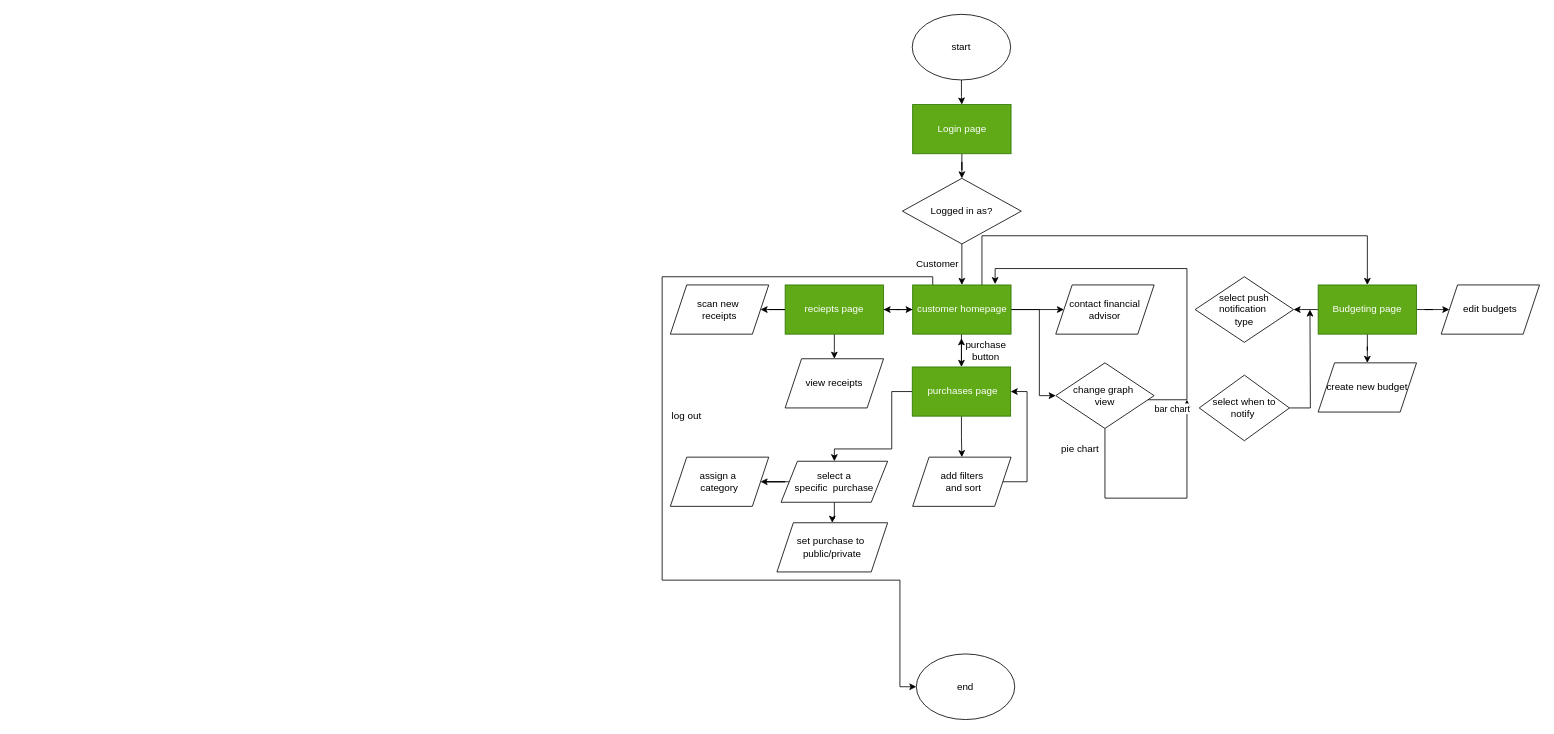
The draw.io diagram CIB_Logical_Flowchart.drawio in NeonPlatinum6251/Computing_in_business_prototype, before the edit. Source tidied: cells renumbered, new cells numbered last; positions are measured from the earlier drawing's top-left corner, leaving out a move shared by most shapes. Both pictures are drawn from the tidied source at 82%, with x=0, y=0 at pixel (662, 14).
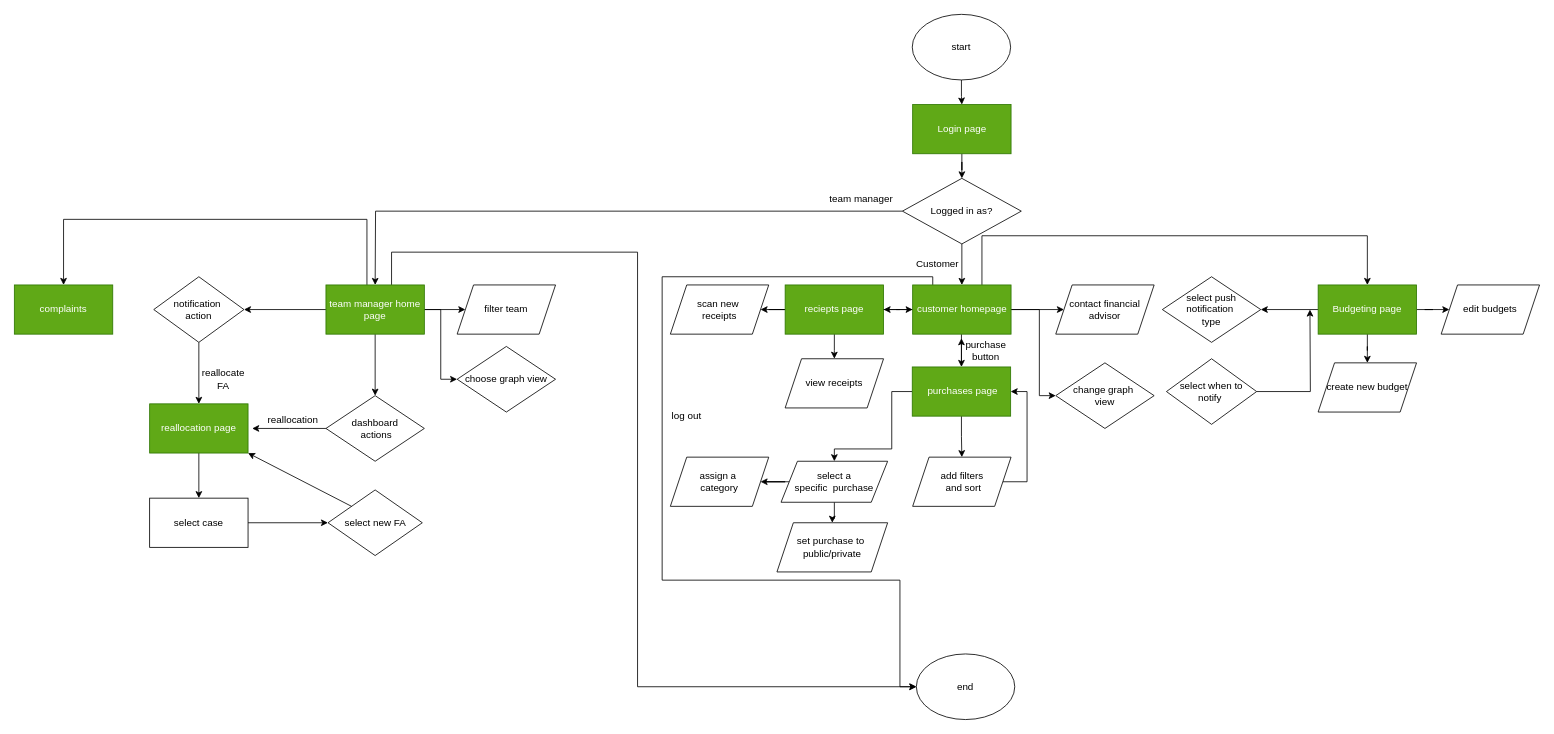
The same diagram, later.

Unchanged cells that the change refers to:
```xml
<mxCell id="5" value="Logged in as?" style="rhombus;whiteSpace=wrap;html=1;" parent="1" vertex="1">
  <mxGeometry x="293" y="200" width="145" height="80" as="geometry" />
</mxCell>
<mxCell id="14" value="customer homepage" style="rounded=0;whiteSpace=wrap;html=1;fillColor=#60a917;fontColor=#ffffff;strokeColor=#2D7600;" parent="1" vertex="1">
  <mxGeometry x="305.5" y="330" width="120" height="60" as="geometry" />
</mxCell>
<mxCell id="34" value="&lt;div&gt;change graph&amp;nbsp;&lt;/div&gt;&lt;div&gt;view&lt;/div&gt;" style="rhombus;whiteSpace=wrap;html=1;" parent="1" vertex="1">
  <mxGeometry x="480" y="425" width="120" height="80" as="geometry" />
</mxCell>
<mxCell id="40" value="end" style="ellipse;whiteSpace=wrap;html=1;" parent="1" vertex="1">
  <mxGeometry x="310" y="780" width="120" height="80" as="geometry" />
</mxCell>
<mxCell id="45" value="Budgeting page" style="rounded=0;whiteSpace=wrap;html=1;fillColor=#60a917;fontColor=#ffffff;strokeColor=#2D7600;" parent="1" vertex="1">
  <mxGeometry x="800" y="330" width="120" height="60" as="geometry" />
</mxCell>
```

The edit, as a diff of the source:
```diff
@@
+    <mxCell id="51" style="edgeStyle=orthogonalEdgeStyle;rounded=0;jettySize=auto;html=1;" parent="1" edge="1" source="5">
+      <mxGeometry relative="1" as="geometry">
+        <mxPoint x="-350" y="330" as="targetPoint" />
+      </mxGeometry>
+    </mxCell>
@@
-    <mxCell id="33" style="edgeStyle=orthogonalEdgeStyle;rounded=0;jettySize=auto;html=1;" parent="1" edge="1" source="34">
-      <mxGeometry relative="1" as="geometry">
-        <mxPoint x="640" y="470" as="targetPoint" />
-        <Array as="points">
-          <mxPoint x="540" y="590" />
-          <mxPoint x="640" y="590" />
-        </Array>
-      </mxGeometry>
-    </mxCell>
@@
-    <mxCell id="35" style="edgeStyle=orthogonalEdgeStyle;rounded=0;jettySize=auto;html=1;entryX=0.838;entryY=-0.017;entryDx=0;entryDy=0;entryPerimeter=0;" parent="1" edge="1" source="34" target="14">
-      <mxGeometry relative="1" as="geometry">
-        <Array as="points">
-          <mxPoint x="640" y="470" />
-          <mxPoint x="640" y="310" />
-          <mxPoint x="406" y="310" />
-        </Array>
-      </mxGeometry>
-    </mxCell>
-    <mxCell id="36" value="bar chart" style="edgeLabel;html=1;align=center;verticalAlign=middle;" parent="35" vertex="1">
-      <mxGeometry x="-0.92" y="-5" relative="1" as="geometry">
-        <mxPoint x="11" y="5" as="offset" />
-      </mxGeometry>
-    </mxCell>
-    <mxCell id="37" value="pie chart" style="text;html=1;whiteSpace=wrap;strokeColor=none;fillColor=none;align=center;verticalAlign=middle;rounded=0;" parent="1" vertex="1">
-      <mxGeometry x="480" y="515" width="60" height="30" as="geometry" />
-    </mxCell>
@@
-    <mxCell id="44" style="edgeStyle=orthogonalEdgeStyle;rounded=0;jettySize=auto;html=1;entryX=1;entryY=0.5;entryDx=0;entryDy=0;" parent="1" edge="1" source="45">
-      <mxGeometry relative="1" as="geometry">
-        <mxPoint x="770" y="360" as="targetPoint" />
-      </mxGeometry>
+    <mxCell id="44" style="edgeStyle=orthogonalEdgeStyle;rounded=0;jettySize=auto;html=1;entryX=1;entryY=0.5;entryDx=0;entryDy=0;" parent="1" edge="1" source="45" target="48">
+      <mxGeometry relative="1" as="geometry" />
     </mxCell>
@@
     <mxCell id="48" value="&lt;div&gt;select push notification&amp;nbsp;&lt;/div&gt;&lt;div&gt;type&lt;/div&gt;" style="rhombus;whiteSpace=wrap;html=1;" parent="1" vertex="1">
-      <mxGeometry x="650" y="320" width="120" height="80" as="geometry" />
+      <mxGeometry x="610" y="320" width="120" height="80" as="geometry" />
     </mxCell>
@@
     <mxCell id="50" value="select when to notify&amp;nbsp;" style="rhombus;whiteSpace=wrap;html=1;" parent="1" vertex="1">
-      <mxGeometry x="655" y="440" width="110" height="80" as="geometry" />
+      <mxGeometry x="615" y="420" width="110" height="80" as="geometry" />
     </mxCell>
+    <mxCell id="52" style="edgeStyle=orthogonalEdgeStyle;rounded=0;jettySize=auto;html=1;entryX=1;entryY=0.5;entryDx=0;entryDy=0;" parent="1" edge="1" source="58" target="61">
+      <mxGeometry relative="1" as="geometry" />
+    </mxCell>
+    <mxCell id="53" style="edgeStyle=orthogonalEdgeStyle;rounded=0;jettySize=auto;html=1;entryX=0.5;entryY=0;entryDx=0;entryDy=0;" parent="1" edge="1" source="58" target="66">
+      <mxGeometry relative="1" as="geometry" />
+    </mxCell>
+    <mxCell id="54" style="edgeStyle=orthogonalEdgeStyle;rounded=0;jettySize=auto;html=1;entryX=0;entryY=0.5;entryDx=0;entryDy=0;" parent="1" edge="1" source="58" target="40">
+      <mxGeometry relative="1" as="geometry">
+        <Array as="points">
+          <mxPoint x="-330" y="290" />
+          <mxPoint x="-30" y="290" />
+          <mxPoint x="-30" y="820" />
+        </Array>
+      </mxGeometry>
+    </mxCell>
+    <mxCell id="55" style="edgeStyle=orthogonalEdgeStyle;rounded=0;jettySize=auto;html=1;entryX=0;entryY=0.5;entryDx=0;entryDy=0;" parent="1" edge="1" source="58" target="68">
+      <mxGeometry relative="1" as="geometry" />
+    </mxCell>
+    <mxCell id="56" style="edgeStyle=orthogonalEdgeStyle;rounded=0;jettySize=auto;html=1;entryX=0;entryY=0.5;entryDx=0;entryDy=0;" parent="1" edge="1" source="58" target="69">
+      <mxGeometry relative="1" as="geometry" />
+    </mxCell>
+    <mxCell id="57" style="edgeStyle=orthogonalEdgeStyle;rounded=0;jettySize=auto;html=1;entryX=0.5;entryY=0;entryDx=0;entryDy=0;" parent="1" edge="1" source="58" target="73">
+      <mxGeometry relative="1" as="geometry">
+        <Array as="points">
+          <mxPoint x="-360" y="250" />
+          <mxPoint x="-730" y="250" />
+        </Array>
+      </mxGeometry>
+    </mxCell>
+    <mxCell id="58" value="team manager home page" style="rounded=0;whiteSpace=wrap;html=1;fillColor=#60a917;fontColor=#ffffff;strokeColor=#2D7600;" parent="1" vertex="1">
+      <mxGeometry x="-410" y="330" width="120" height="60" as="geometry" />
+    </mxCell>
+    <mxCell id="59" value="team manager" style="text;html=1;whiteSpace=wrap;strokeColor=none;fillColor=none;align=center;verticalAlign=middle;rounded=0;" parent="1" vertex="1">
+      <mxGeometry x="193" y="210" width="100" height="30" as="geometry" />
+    </mxCell>
+    <mxCell id="60" style="edgeStyle=orthogonalEdgeStyle;rounded=0;jettySize=auto;html=1;entryX=0.5;entryY=0;entryDx=0;entryDy=0;" parent="1" edge="1" source="61" target="63">
+      <mxGeometry relative="1" as="geometry" />
+    </mxCell>
+    <mxCell id="61" value="&lt;div&gt;notification&amp;nbsp;&lt;/div&gt;&lt;div&gt;action&lt;/div&gt;" style="rhombus;whiteSpace=wrap;html=1;" parent="1" vertex="1">
+      <mxGeometry x="-620" y="320" width="110" height="80" as="geometry" />
+    </mxCell>
+    <mxCell id="62" style="edgeStyle=orthogonalEdgeStyle;rounded=0;jettySize=auto;html=1;" parent="1" edge="1" source="63" target="71">
+      <mxGeometry relative="1" as="geometry" />
+    </mxCell>
+    <mxCell id="63" value="reallocation page" style="rounded=0;whiteSpace=wrap;html=1;fillColor=#60a917;fontColor=#ffffff;strokeColor=#2D7600;" parent="1" vertex="1">
+      <mxGeometry x="-625" y="475" width="120" height="60" as="geometry" />
+    </mxCell>
+    <mxCell id="64" value="reallocate FA" style="text;html=1;whiteSpace=wrap;strokeColor=none;fillColor=none;align=center;verticalAlign=middle;rounded=0;" parent="1" vertex="1">
+      <mxGeometry x="-565" y="430" width="60" height="30" as="geometry" />
+    </mxCell>
+    <mxCell id="65" style="edgeStyle=orthogonalEdgeStyle;rounded=0;jettySize=auto;html=1;" parent="1" edge="1" source="66">
+      <mxGeometry relative="1" as="geometry">
+        <mxPoint x="-500" y="505" as="targetPoint" />
+      </mxGeometry>
+    </mxCell>
+    <mxCell id="66" value="&lt;div&gt;dashboard&lt;/div&gt;&lt;div&gt;&amp;nbsp;actions&lt;/div&gt;" style="rhombus;whiteSpace=wrap;html=1;" parent="1" vertex="1">
+      <mxGeometry x="-410" y="465" width="120" height="80" as="geometry" />
+    </mxCell>
+    <mxCell id="67" value="reallocation" style="text;html=1;whiteSpace=wrap;strokeColor=none;fillColor=none;align=center;verticalAlign=middle;rounded=0;" parent="1" vertex="1">
+      <mxGeometry x="-480" y="480" width="60" height="30" as="geometry" />
+    </mxCell>
+    <mxCell id="68" value="&lt;div&gt;filter team&lt;/div&gt;" style="shape=parallelogram;perimeter=parallelogramPerimeter;whiteSpace=wrap;html=1;fixedSize=1;" parent="1" vertex="1">
+      <mxGeometry x="-250" y="330" width="120" height="60" as="geometry" />
+    </mxCell>
+    <mxCell id="69" value="choose graph view" style="rhombus;whiteSpace=wrap;html=1;" parent="1" vertex="1">
+      <mxGeometry x="-250" y="405" width="120" height="80" as="geometry" />
+    </mxCell>
+    <mxCell id="70" style="edgeStyle=orthogonalEdgeStyle;rounded=0;jettySize=auto;html=1;" parent="1" edge="1" source="71" target="72">
+      <mxGeometry relative="1" as="geometry" />
+    </mxCell>
+    <mxCell id="71" value="select case" style="rounded=0;whiteSpace=wrap;html=1;" parent="1" vertex="1">
+      <mxGeometry x="-625" y="590" width="120" height="60" as="geometry" />
+    </mxCell>
+    <mxCell id="72" value="select new FA" style="rhombus;whiteSpace=wrap;html=1;" parent="1" vertex="1">
+      <mxGeometry x="-407.5" y="580" width="115" height="80" as="geometry" />
+    </mxCell>
+    <mxCell id="73" value="complaints" style="rounded=0;whiteSpace=wrap;html=1;fillColor=#60a917;fontColor=#ffffff;strokeColor=#2D7600;" parent="1" vertex="1">
+      <mxGeometry x="-790" y="330" width="120" height="60" as="geometry" />
+    </mxCell>
+    <mxCell id="74" style="endArrow=classic;html=1;rounded=0;exitX=0;exitY=0;exitDx=0;exitDy=0;entryX=1;entryY=1;entryDx=0;entryDy=0;" parent="1" edge="1" source="72" target="63">
+      <mxGeometry relative="1" as="geometry" />
+    </mxCell>
```
